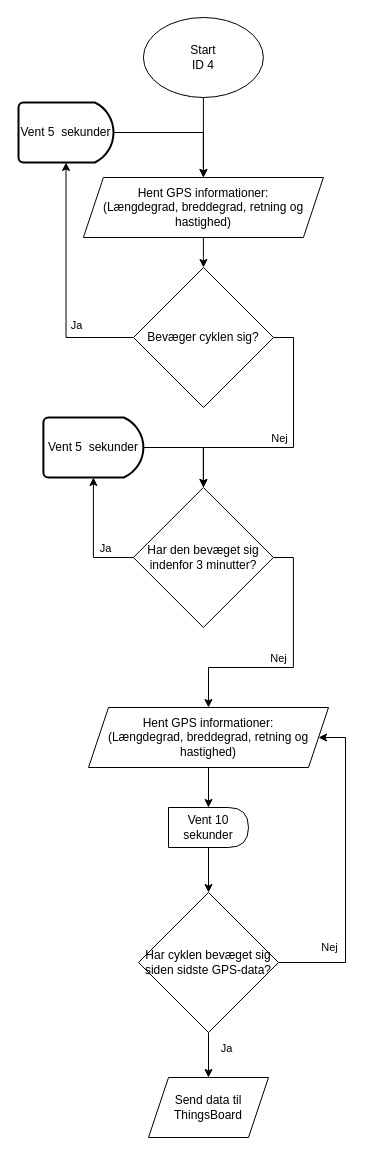
KEA-E24-B9-IOT1/E24-B9-IoT1 keeps this draw.io diagram as page "ID 4" (4 of 10) of Samlet løsning/Samlet Flowchart.drawio. Above is the earlier version. Source tidied: cells renumbered, new cells numbered last; positions are measured from the earlier drawing's top-left corner, leaving out a move shared by most shapes. Both pictures are drawn from the tidied source at 100%, with x=0, y=0 at pixel (18, 17).
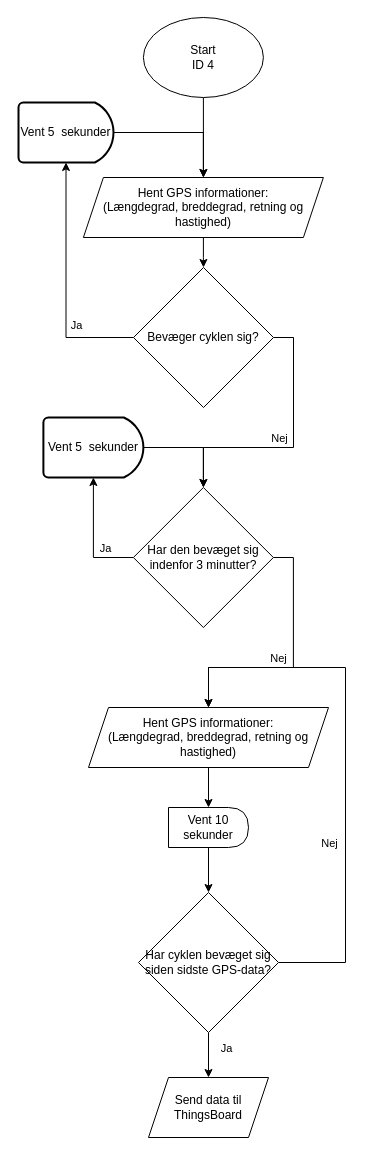
The same page after the edit.

The change refers to these unchanged cells:
```xml
<mxCell id="28" value="Har cyklen bevæget sig siden sidste GPS-data?" style="rhombus;whiteSpace=wrap;html=1;" parent="1" vertex="1">
  <mxGeometry x="120" y="875" width="140" height="140" as="geometry" />
</mxCell>
<mxCell id="32" value="Hent GPS informationer:&lt;br&gt;(Længdegrad, breddegrad, retning og hastighed)" style="shape=parallelogram;perimeter=parallelogramPerimeter;whiteSpace=wrap;html=1;fixedSize=1;" parent="1" vertex="1">
  <mxGeometry x="70" y="690" width="240" height="60" as="geometry" />
</mxCell>
```

What changed in the source:
```diff
@@
-    <mxCell id="24" style="edgeStyle=orthogonalEdgeStyle;rounded=0;jettySize=auto;html=1;exitX=1;exitY=0.5;exitDx=0;exitDy=0;entryX=1;entryY=0.5;entryDx=0;entryDy=0;" parent="1" edge="1" source="28" target="32">
+    <mxCell id="24" style="edgeStyle=orthogonalEdgeStyle;rounded=0;jettySize=auto;html=1;exitX=1;exitY=0.5;exitDx=0;exitDy=0;entryX=0.5;entryY=0;entryDx=0;entryDy=0;" parent="1" edge="1" source="28" target="32">
       <mxGeometry relative="1" as="geometry">
         <Array as="points">
           <mxPoint x="327" y="945" />
-          <mxPoint x="327" y="720" />
+          <mxPoint x="327" y="650" />
+          <mxPoint x="190" y="650" />
         </Array>
       </mxGeometry>
     </mxCell>
```
